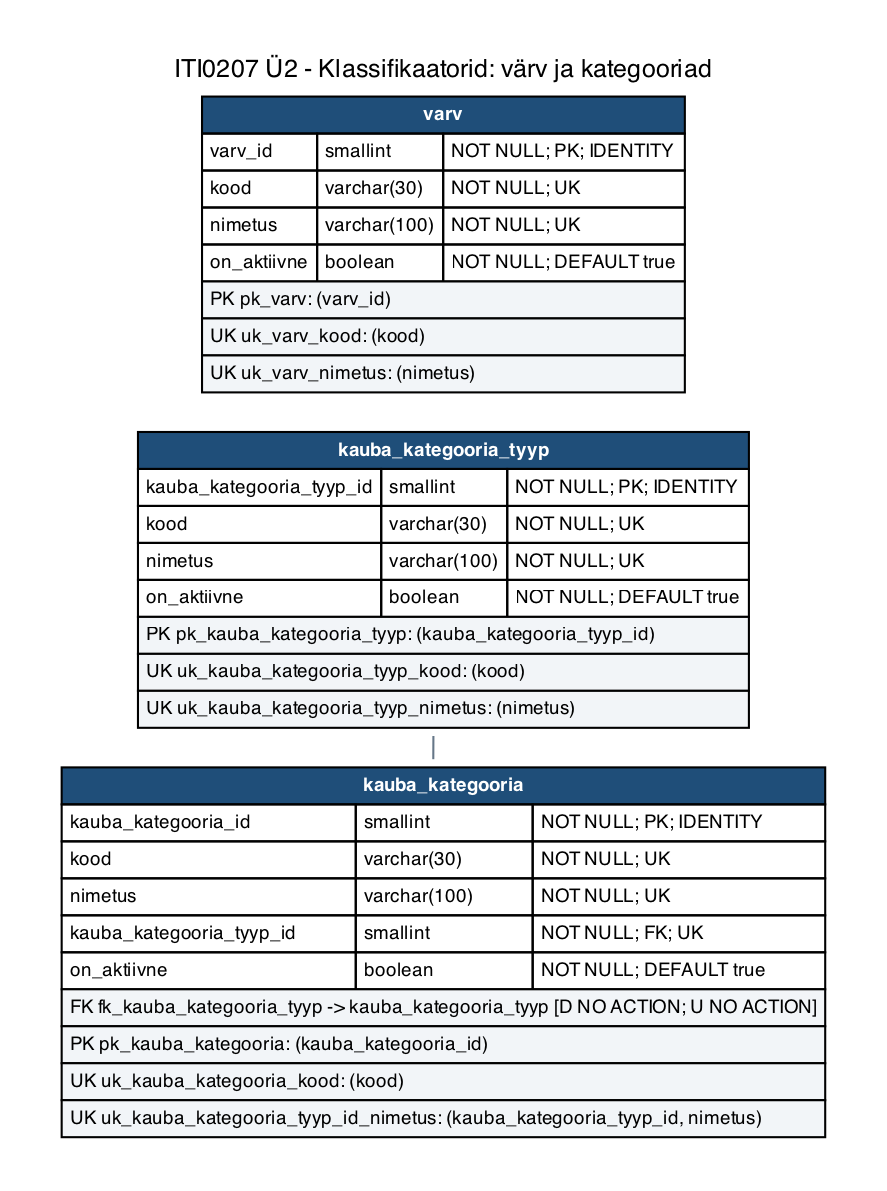
Earlier version of the Graphviz export iti0207-epood/docs/diagrams/u2-01e-klassifikaatorid-kategooriad.png (tamkivi/andmebaasid-projekt). Its source is kept beside it as iti0207-epood/docs/diagrams/u2-01e-klassifikaatorid-kategooriad.dot.
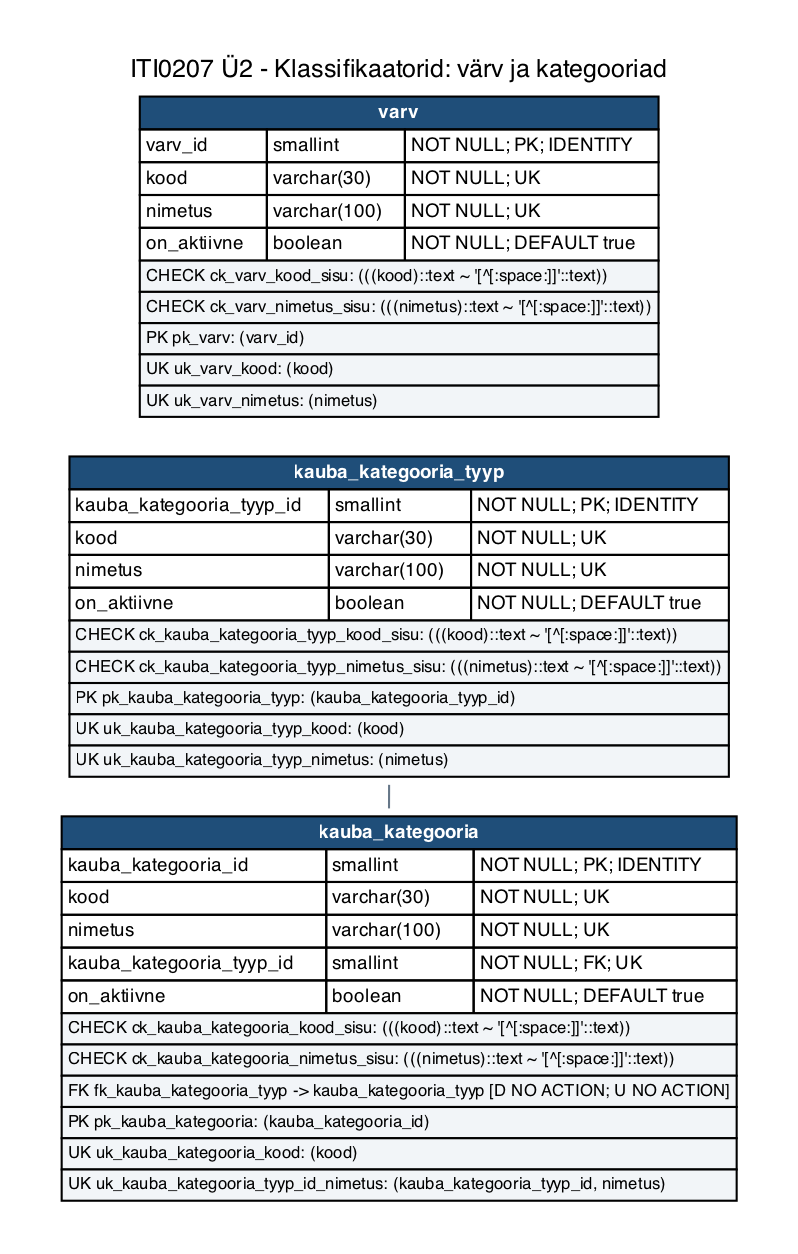
The same file after the commit.

The edit, as a diff of the source:
```diff
@@ -5,9 +5,9 @@
   edge [color="#667788", dir=none, fontsize=8, fontname=Helvetica];
   labelloc="t";
   label="ITI0207 Ü2 - Klassifikaatorid: värv ja kategooriad";
-  "varv" [label=<<TABLE BORDER="0" CELLBORDER="1" CELLSPACING="0" CELLPADDING="3"><TR><TD COLSPAN="3" BGCOLOR="#1f4e79"><FONT COLOR="white"><B>varv</B></FONT></TD></TR><TR><TD ALIGN="LEFT">varv_id</TD><TD ALIGN="LEFT">smallint</TD><TD ALIGN="LEFT">NOT NULL; PK; IDENTITY</TD></TR><TR><TD ALIGN="LEFT">kood</TD><TD ALIGN="LEFT">varchar(30)</TD><TD ALIGN="LEFT">NOT NULL; UK</TD></TR><TR><TD ALIGN="LEFT">nimetus</TD><TD ALIGN="LEFT">varchar(100)</TD><TD ALIGN="LEFT">NOT NULL; UK</TD></TR><TR><TD ALIGN="LEFT">on_aktiivne</TD><TD ALIGN="LEFT">boolean</TD><TD ALIGN="LEFT">NOT NULL; DEFAULT true</TD></TR><TR><TD COLSPAN="3" ALIGN="LEFT" BGCOLOR="#f2f5f8"><FONT POINT-SIZE="9">PK pk_varv: (varv_id)</FONT></TD></TR><TR><TD COLSPAN="3" ALIGN="LEFT" BGCOLOR="#f2f5f8"><FONT POINT-SIZE="9">UK uk_varv_kood: (kood)</FONT></TD></TR><TR><TD COLSPAN="3" ALIGN="LEFT" BGCOLOR="#f2f5f8"><FONT POINT-SIZE="9">UK uk_varv_nimetus: (nimetus)</FONT></TD></TR></TABLE>>];
-  "kauba_kategooria_tyyp" [label=<<TABLE BORDER="0" CELLBORDER="1" CELLSPACING="0" CELLPADDING="3"><TR><TD COLSPAN="3" BGCOLOR="#1f4e79"><FONT COLOR="white"><B>kauba_kategooria_tyyp</B></FONT></TD></TR><TR><TD ALIGN="LEFT">kauba_kategooria_tyyp_id</TD><TD ALIGN="LEFT">smallint</TD><TD ALIGN="LEFT">NOT NULL; PK; IDENTITY</TD></TR><TR><TD ALIGN="LEFT">kood</TD><TD ALIGN="LEFT">varchar(30)</TD><TD ALIGN="LEFT">NOT NULL; UK</TD></TR><TR><TD ALIGN="LEFT">nimetus</TD><TD ALIGN="LEFT">varchar(100)</TD><TD ALIGN="LEFT">NOT NULL; UK</TD></TR><TR><TD ALIGN="LEFT">on_aktiivne</TD><TD ALIGN="LEFT">boolean</TD><TD ALIGN="LEFT">NOT NULL; DEFAULT true</TD></TR><TR><TD COLSPAN="3" ALIGN="LEFT" BGCOLOR="#f2f5f8"><FONT POINT-SIZE="9">PK pk_kauba_kategooria_tyyp: (kauba_kategooria_tyyp_id)</FONT></TD></TR><TR><TD COLSPAN="3" ALIGN="LEFT" BGCOLOR="#f2f5f8"><FONT POINT-SIZE="9">UK uk_kauba_kategooria_tyyp_kood: (kood)</FONT></TD></TR><TR><TD COLSPAN="3" ALIGN="LEFT" BGCOLOR="#f2f5f8"><FONT POINT-SIZE="9">UK uk_kauba_kategooria_tyyp_nimetus: (nimetus)</FONT></TD></TR></TABLE>>];
-  "kauba_kategooria" [label=<<TABLE BORDER="0" CELLBORDER="1" CELLSPACING="0" CELLPADDING="3"><TR><TD COLSPAN="3" BGCOLOR="#1f4e79"><FONT COLOR="white"><B>kauba_kategooria</B></FONT></TD></TR><TR><TD ALIGN="LEFT">kauba_kategooria_id</TD><TD ALIGN="LEFT">smallint</TD><TD ALIGN="LEFT">NOT NULL; PK; IDENTITY</TD></TR><TR><TD ALIGN="LEFT">kood</TD><TD ALIGN="LEFT">varchar(30)</TD><TD ALIGN="LEFT">NOT NULL; UK</TD></TR><TR><TD ALIGN="LEFT">nimetus</TD><TD ALIGN="LEFT">varchar(100)</TD><TD ALIGN="LEFT">NOT NULL; UK</TD></TR><TR><TD ALIGN="LEFT">kauba_kategooria_tyyp_id</TD><TD ALIGN="LEFT">smallint</TD><TD ALIGN="LEFT">NOT NULL; FK; UK</TD></TR><TR><TD ALIGN="LEFT">on_aktiivne</TD><TD ALIGN="LEFT">boolean</TD><TD ALIGN="LEFT">NOT NULL; DEFAULT true</TD></TR><TR><TD COLSPAN="3" ALIGN="LEFT" BGCOLOR="#f2f5f8"><FONT POINT-SIZE="9">FK fk_kauba_kategooria_tyyp -&gt; kauba_kategooria_tyyp [D NO ACTION; U NO ACTION]</FONT></TD></TR><TR><TD COLSPAN="3" ALIGN="LEFT" BGCOLOR="#f2f5f8"><FONT POINT-SIZE="9">PK pk_kauba_kategooria: (kauba_kategooria_id)</FONT></TD></TR><TR><TD COLSPAN="3" ALIGN="LEFT" BGCOLOR="#f2f5f8"><FONT POINT-SIZE="9">UK uk_kauba_kategooria_kood: (kood)</FONT></TD></TR><TR><TD COLSPAN="3" ALIGN="LEFT" BGCOLOR="#f2f5f8"><FONT POINT-SIZE="9">UK uk_kauba_kategooria_tyyp_id_nimetus: (kauba_kategooria_tyyp_id, nimetus)</FONT></TD></TR></TABLE>>];
+  "varv" [label=<<TABLE BORDER="0" CELLBORDER="1" CELLSPACING="0" CELLPADDING="2"><TR><TD COLSPAN="3" BGCOLOR="#1f4e79"><FONT COLOR="white"><B>varv</B></FONT></TD></TR><TR><TD ALIGN="LEFT">varv_id</TD><TD ALIGN="LEFT">smallint</TD><TD ALIGN="LEFT">NOT NULL; PK; IDENTITY</TD></TR><TR><TD ALIGN="LEFT">kood</TD><TD ALIGN="LEFT">varchar(30)</TD><TD ALIGN="LEFT">NOT NULL; UK</TD></TR><TR><TD ALIGN="LEFT">nimetus</TD><TD ALIGN="LEFT">varchar(100)</TD><TD ALIGN="LEFT">NOT NULL; UK</TD></TR><TR><TD ALIGN="LEFT">on_aktiivne</TD><TD ALIGN="LEFT">boolean</TD><TD ALIGN="LEFT">NOT NULL; DEFAULT true</TD></TR><TR><TD COLSPAN="3" ALIGN="LEFT" BGCOLOR="#f2f5f8"><FONT POINT-SIZE="8">CHECK ck_varv_kood_sisu: (((kood)::text ~ &#x27;[^[:space:]]&#x27;::text))</FONT></TD></TR><TR><TD COLSPAN="3" ALIGN="LEFT" BGCOLOR="#f2f5f8"><FONT POINT-SIZE="8">CHECK ck_varv_nimetus_sisu: (((nimetus)::text ~ &#x27;[^[:space:]]&#x27;::text))</FONT></TD></TR><TR><TD COLSPAN="3" ALIGN="LEFT" BGCOLOR="#f2f5f8"><FONT POINT-SIZE="8">PK pk_varv: (varv_id)</FONT></TD></TR><TR><TD COLSPAN="3" ALIGN="LEFT" BGCOLOR="#f2f5f8"><FONT POINT-SIZE="8">UK uk_varv_kood: (kood)</FONT></TD></TR><TR><TD COLSPAN="3" ALIGN="LEFT" BGCOLOR="#f2f5f8"><FONT POINT-SIZE="8">UK uk_varv_nimetus: (nimetus)</FONT></TD></TR></TABLE>>];
+  "kauba_kategooria_tyyp" [label=<<TABLE BORDER="0" CELLBORDER="1" CELLSPACING="0" CELLPADDING="2"><TR><TD COLSPAN="3" BGCOLOR="#1f4e79"><FONT COLOR="white"><B>kauba_kategooria_tyyp</B></FONT></TD></TR><TR><TD ALIGN="LEFT">kauba_kategooria_tyyp_id</TD><TD ALIGN="LEFT">smallint</TD><TD ALIGN="LEFT">NOT NULL; PK; IDENTITY</TD></TR><TR><TD ALIGN="LEFT">kood</TD><TD ALIGN="LEFT">varchar(30)</TD><TD ALIGN="LEFT">NOT NULL; UK</TD></TR><TR><TD ALIGN="LEFT">nimetus</TD><TD ALIGN="LEFT">varchar(100)</TD><TD ALIGN="LEFT">NOT NULL; UK</TD></TR><TR><TD ALIGN="LEFT">on_aktiivne</TD><TD ALIGN="LEFT">boolean</TD><TD ALIGN="LEFT">NOT NULL; DEFAULT true</TD></TR><TR><TD COLSPAN="3" ALIGN="LEFT" BGCOLOR="#f2f5f8"><FONT POINT-SIZE="8">CHECK ck_kauba_kategooria_tyyp_kood_sisu: (((kood)::text ~ &#x27;[^[:space:]]&#x27;::text))</FONT></TD></TR><TR><TD COLSPAN="3" ALIGN="LEFT" BGCOLOR="#f2f5f8"><FONT POINT-SIZE="8">CHECK ck_kauba_kategooria_tyyp_nimetus_sisu: (((nimetus)::text ~ &#x27;[^[:space:]]&#x27;::text))</FONT></TD></TR><TR><TD COLSPAN="3" ALIGN="LEFT" BGCOLOR="#f2f5f8"><FONT POINT-SIZE="8">PK pk_kauba_kategooria_tyyp: (kauba_kategooria_tyyp_id)</FONT></TD></TR><TR><TD COLSPAN="3" ALIGN="LEFT" BGCOLOR="#f2f5f8"><FONT POINT-SIZE="8">UK uk_kauba_kategooria_tyyp_kood: (kood)</FONT></TD></TR><TR><TD COLSPAN="3" ALIGN="LEFT" BGCOLOR="#f2f5f8"><FONT POINT-SIZE="8">UK uk_kauba_kategooria_tyyp_nimetus: (nimetus)</FONT></TD></TR></TABLE>>];
+  "kauba_kategooria" [label=<<TABLE BORDER="0" CELLBORDER="1" CELLSPACING="0" CELLPADDING="2"><TR><TD COLSPAN="3" BGCOLOR="#1f4e79"><FONT COLOR="white"><B>kauba_kategooria</B></FONT></TD></TR><TR><TD ALIGN="LEFT">kauba_kategooria_id</TD><TD ALIGN="LEFT">smallint</TD><TD ALIGN="LEFT">NOT NULL; PK; IDENTITY</TD></TR><TR><TD ALIGN="LEFT">kood</TD><TD ALIGN="LEFT">varchar(30)</TD><TD ALIGN="LEFT">NOT NULL; UK</TD></TR><TR><TD ALIGN="LEFT">nimetus</TD><TD ALIGN="LEFT">varchar(100)</TD><TD ALIGN="LEFT">NOT NULL; UK</TD></TR><TR><TD ALIGN="LEFT">kauba_kategooria_tyyp_id</TD><TD ALIGN="LEFT">smallint</TD><TD ALIGN="LEFT">NOT NULL; FK; UK</TD></TR><TR><TD ALIGN="LEFT">on_aktiivne</TD><TD ALIGN="LEFT">boolean</TD><TD ALIGN="LEFT">NOT NULL; DEFAULT true</TD></TR><TR><TD COLSPAN="3" ALIGN="LEFT" BGCOLOR="#f2f5f8"><FONT POINT-SIZE="8">CHECK ck_kauba_kategooria_kood_sisu: (((kood)::text ~ &#x27;[^[:space:]]&#x27;::text))</FONT></TD></TR><TR><TD COLSPAN="3" ALIGN="LEFT" BGCOLOR="#f2f5f8"><FONT POINT-SIZE="8">CHECK ck_kauba_kategooria_nimetus_sisu: (((nimetus)::text ~ &#x27;[^[:space:]]&#x27;::text))</FONT></TD></TR><TR><TD COLSPAN="3" ALIGN="LEFT" BGCOLOR="#f2f5f8"><FONT POINT-SIZE="8">FK fk_kauba_kategooria_tyyp -&gt; kauba_kategooria_tyyp [D NO ACTION; U NO ACTION]</FONT></TD></TR><TR><TD COLSPAN="3" ALIGN="LEFT" BGCOLOR="#f2f5f8"><FONT POINT-SIZE="8">PK pk_kauba_kategooria: (kauba_kategooria_id)</FONT></TD></TR><TR><TD COLSPAN="3" ALIGN="LEFT" BGCOLOR="#f2f5f8"><FONT POINT-SIZE="8">UK uk_kauba_kategooria_kood: (kood)</FONT></TD></TR><TR><TD COLSPAN="3" ALIGN="LEFT" BGCOLOR="#f2f5f8"><FONT POINT-SIZE="8">UK uk_kauba_kategooria_tyyp_id_nimetus: (kauba_kategooria_tyyp_id, nimetus)</FONT></TD></TR></TABLE>>];
   "kauba_kategooria_tyyp" -> "kauba_kategooria";
   "varv" -> "kauba_kategooria_tyyp" [style=invis, weight=100];
   "kauba_kategooria_tyyp" -> "kauba_kategooria" [style=invis, weight=100];
```
